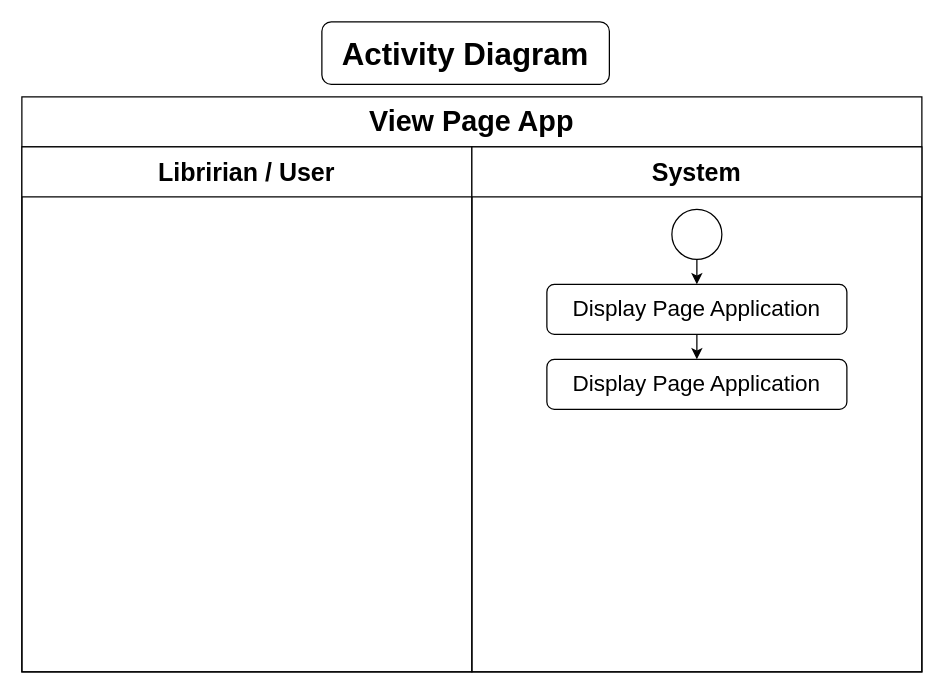
Anggieta2/konfigure_BE-learn keeps this draw.io diagram as page "viewPage_activity" (4 of 4) of config-learn.drawio. Above is the earlier version. Source tidied: cells renumbered, new cells numbered last; positions are measured from the earlier drawing's top-left corner, leaving out a move shared by most shapes. Both pictures are drawn from the tidied source at 125%, with x=0, y=0 at pixel (21, 21).
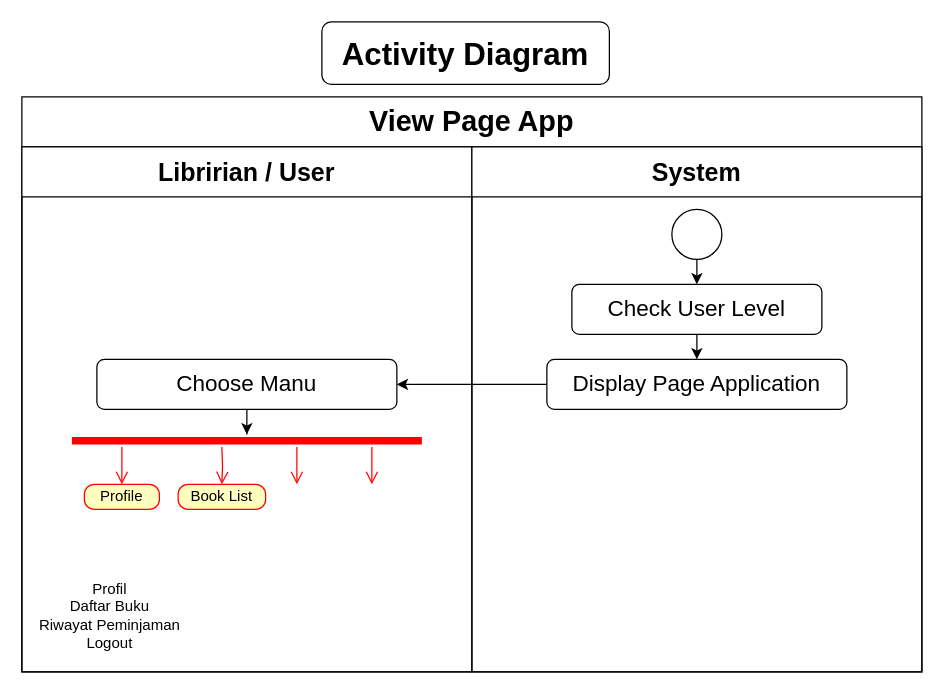
Above is the later version.

The change refers to these unchanged cells:
```xml
<mxCell id="2" value="&lt;font style=&quot;font-size: 23px;&quot;&gt;View Page App&lt;/font&gt;" style="swimlane;whiteSpace=wrap;html=1;startSize=40;fillColor=none;fontColor=light-dark(#000000,#FFFFFF);" parent="1" vertex="1">
  <mxGeometry y="60" width="720" height="460" as="geometry" />
</mxCell>
<mxCell id="3" value="&lt;font style=&quot;font-size: 20px;&quot;&gt;Libririan / User&lt;/font&gt;" style="swimlane;whiteSpace=wrap;html=1;startSize=40;textShadow=0;" parent="2" vertex="1">
  <mxGeometry y="40" width="360" height="420" as="geometry" />
</mxCell>
<mxCell id="4" value="&lt;font&gt;System&lt;/font&gt;" style="swimlane;whiteSpace=wrap;html=1;startSize=40;fontColor=light-dark(#000000,#FFFFFF);fontSize=20;" parent="2" vertex="1">
  <mxGeometry x="360" y="40" width="360" height="420" as="geometry" />
</mxCell>
<mxCell id="7" value="Display Page Application" style="rounded=1;whiteSpace=wrap;html=1;fontSize=18;textShadow=0;" parent="4" vertex="1">
  <mxGeometry x="60" y="170" width="240" height="40" as="geometry" />
</mxCell>
```

What changed in the source:
```diff
@@
+    <mxCell id="11" style="edgeStyle=orthogonalEdgeStyle;rounded=0;jettySize=auto;html=1;exitX=0.5;exitY=1;exitDx=0;exitDy=0;" parent="3" edge="1" source="12" target="13">
+      <mxGeometry relative="1" as="geometry" />
+    </mxCell>
+    <mxCell id="12" value="Choose Manu" style="rounded=1;whiteSpace=wrap;html=1;fontSize=18;textShadow=0;" parent="3" vertex="1">
+      <mxGeometry x="60" y="170" width="240" height="40" as="geometry" />
+    </mxCell>
+    <mxCell id="13" style="shape=line;html=1;strokeWidth=6;strokeColor=#ff0000;" parent="3" vertex="1">
+      <mxGeometry x="40" y="230" width="280" height="10" as="geometry" />
+    </mxCell>
+    <mxCell id="14" style="edgeStyle=orthogonalEdgeStyle;html=1;verticalAlign=bottom;endArrow=open;endSize=8;strokeColor=#ff0000;rounded=0;" parent="3" edge="1">
+      <mxGeometry relative="1" as="geometry">
+        <mxPoint x="220" y="240" as="sourcePoint" />
+        <mxPoint x="220" y="270" as="targetPoint" />
+      </mxGeometry>
+    </mxCell>
+    <mxCell id="15" style="edgeStyle=orthogonalEdgeStyle;html=1;verticalAlign=bottom;endArrow=open;endSize=8;strokeColor=#ff0000;rounded=0;" parent="3" edge="1" target="19">
+      <mxGeometry relative="1" as="geometry">
+        <mxPoint x="80" y="240" as="sourcePoint" />
+        <Array as="points">
+          <mxPoint x="80" y="250" />
+          <mxPoint x="80" y="250" />
+        </Array>
+      </mxGeometry>
+    </mxCell>
+    <mxCell id="16" style="edgeStyle=orthogonalEdgeStyle;html=1;verticalAlign=bottom;endArrow=open;endSize=8;strokeColor=#ff0000;rounded=0;" parent="3" edge="1" target="20">
+      <mxGeometry relative="1" as="geometry">
+        <mxPoint x="160" y="240" as="sourcePoint" />
+      </mxGeometry>
+    </mxCell>
+    <mxCell id="17" style="edgeStyle=orthogonalEdgeStyle;html=1;verticalAlign=bottom;endArrow=open;endSize=8;strokeColor=#ff0000;rounded=0;" parent="3" edge="1">
+      <mxGeometry relative="1" as="geometry">
+        <mxPoint x="280" y="240" as="sourcePoint" />
+        <mxPoint x="280" y="270" as="targetPoint" />
+      </mxGeometry>
+    </mxCell>
+    <mxCell id="18" value="&lt;div&gt;Profil&lt;/div&gt;&lt;div&gt;Daftar Buku&lt;/div&gt;&lt;div&gt;&lt;span style=&quot;background-color: transparent; color: light-dark(rgb(0, 0, 0), rgb(255, 255, 255));&quot;&gt;Riwayat Peminjaman&lt;/span&gt;&lt;/div&gt;&lt;div&gt;&lt;span style=&quot;background-color: transparent; color: light-dark(rgb(0, 0, 0), rgb(255, 255, 255));&quot;&gt;Logout&lt;/span&gt;&lt;/div&gt;" style="text;html=1;align=center;verticalAlign=middle;strokeColor=none;fillColor=none;" parent="3" vertex="1">
+      <mxGeometry y="340" width="140" height="70" as="geometry" />
+    </mxCell>
+    <mxCell id="19" value="Profile" style="rounded=1;whiteSpace=wrap;html=1;arcSize=40;fontColor=#000000;fillColor=#ffffc0;strokeColor=#ff0000;fontSize=12;" parent="3" vertex="1">
+      <mxGeometry x="50" y="270" width="60" height="20" as="geometry" />
+    </mxCell>
+    <mxCell id="20" value="Book List" style="rounded=1;whiteSpace=wrap;html=1;arcSize=40;fontColor=#000000;fillColor=#ffffc0;strokeColor=#ff0000;" parent="3" vertex="1">
+      <mxGeometry x="125" y="270" width="70" height="20" as="geometry" />
+    </mxCell>
@@
-    <mxCell id="6" value="Display Page Application" style="rounded=1;whiteSpace=wrap;html=1;fontSize=18;" parent="4" vertex="1">
-      <mxGeometry x="60" y="110" width="240" height="40" as="geometry" />
+    <mxCell id="6" value="Check User Level" style="rounded=1;whiteSpace=wrap;html=1;fontSize=18;" parent="4" vertex="1">
+      <mxGeometry x="80" y="110" width="200" height="40" as="geometry" />
     </mxCell>
@@
+    <mxCell id="21" style="edgeStyle=orthogonalEdgeStyle;rounded=0;jettySize=auto;html=1;exitX=0;exitY=0.5;exitDx=0;exitDy=0;entryX=1;entryY=0.5;entryDx=0;entryDy=0;" parent="2" edge="1" source="7" target="12">
+      <mxGeometry relative="1" as="geometry" />
+    </mxCell>
```
